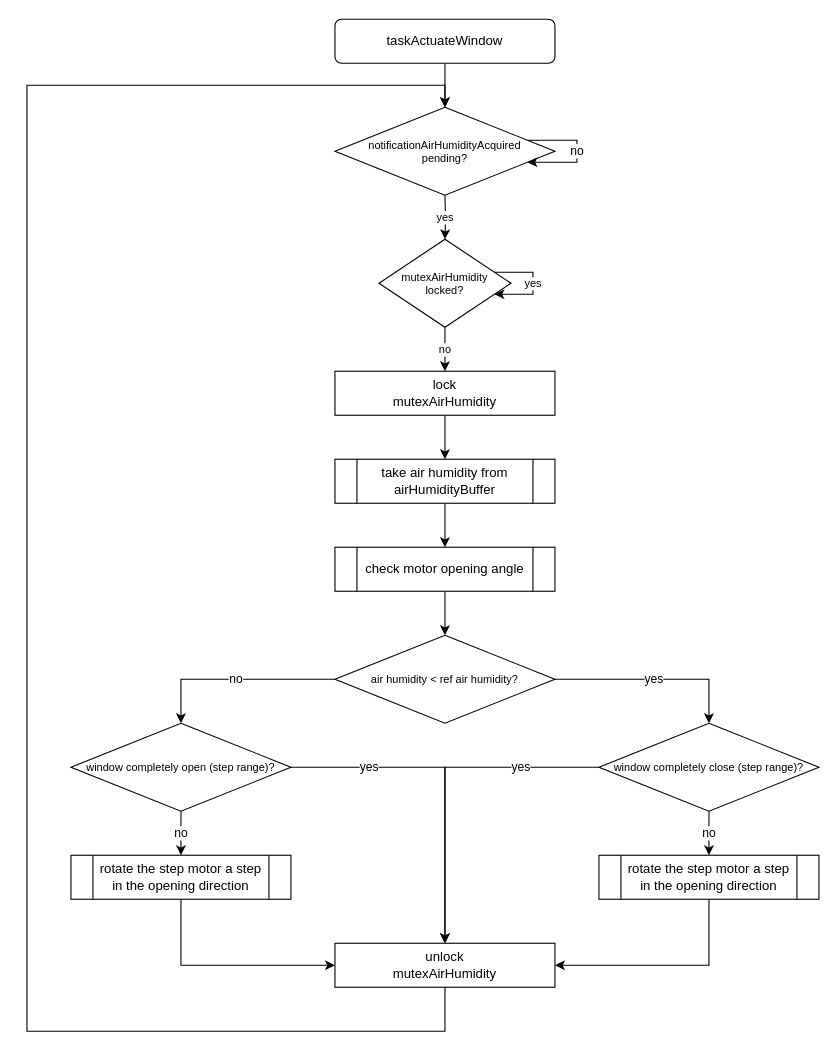
Above: Diagrams/taskActuateWindow.drawio in rafaelandrepedro/embebidos2122 (draw.io), before the change. Source tidied: cells renumbered, new cells numbered last; positions are measured from the earlier drawing's top-left corner, leaving out a move shared by most shapes. Both pictures are drawn from the tidied source at 110%, with x=0, y=0 at pixel (26, 19).
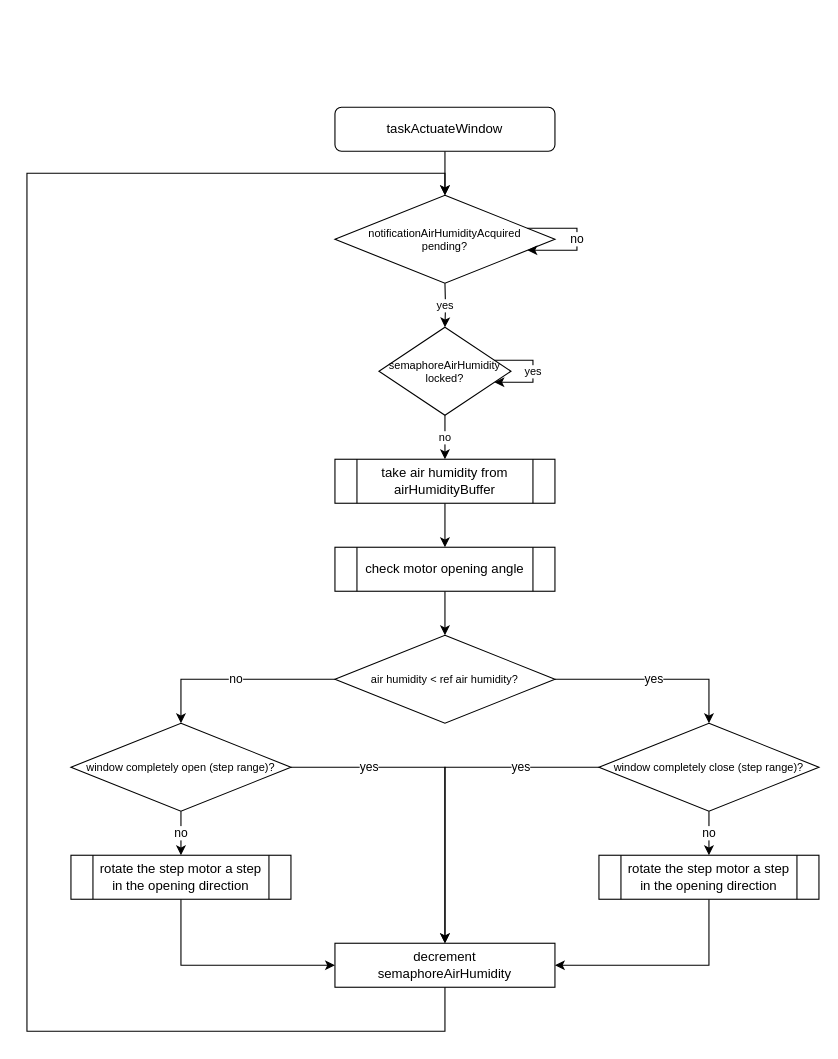
After the change.

Diff of the diagram source:
```diff
@@
     <mxCell id="2" style="edgeStyle=orthogonalEdgeStyle;rounded=0;jettySize=auto;html=1;fontSize=10;" parent="1" edge="1" source="3">
       <mxGeometry relative="1" as="geometry">
-        <mxPoint x="380" y="80" as="targetPoint" />
+        <mxPoint x="380" y="160" as="targetPoint" />
       </mxGeometry>
     </mxCell>
     <mxCell id="3" value="taskActuateWindow" style="rounded=1;whiteSpace=wrap;html=1;" parent="1" vertex="1">
-      <mxGeometry x="280" width="200" height="40" as="geometry" />
+      <mxGeometry x="280" y="80" width="200" height="40" as="geometry" />
     </mxCell>
     <mxCell id="4" value="yes" style="edgeStyle=orthogonalEdgeStyle;rounded=0;jettySize=auto;html=1;fontSize=10;" parent="1" edge="1" target="8">
       <mxGeometry relative="1" as="geometry">
-        <mxPoint x="380" y="160" as="sourcePoint" />
+        <mxPoint x="380" y="240" as="sourcePoint" />
       </mxGeometry>
     </mxCell>
-    <mxCell id="5" style="edgeStyle=orthogonalEdgeStyle;rounded=0;jettySize=auto;html=1;" parent="1" edge="1" source="6">
-      <mxGeometry relative="1" as="geometry">
-        <mxPoint x="380" y="400" as="targetPoint" />
-      </mxGeometry>
-    </mxCell>
-    <mxCell id="6" value="lock&lt;br&gt;mutexAirHumidity" style="rounded=0;whiteSpace=wrap;html=1;" parent="1" vertex="1">
-      <mxGeometry x="280" y="320" width="200" height="40" as="geometry" />
-    </mxCell>
-    <mxCell id="7" value="no" style="edgeStyle=orthogonalEdgeStyle;rounded=0;jettySize=auto;html=1;fontSize=10;" parent="1" edge="1" source="8" target="6">
-      <mxGeometry relative="1" as="geometry" />
+    <mxCell id="7" value="no" style="edgeStyle=orthogonalEdgeStyle;rounded=0;jettySize=auto;html=1;fontSize=10;" parent="1" edge="1" source="8">
+      <mxGeometry relative="1" as="geometry">
+        <mxPoint x="380" y="400" as="targetPoint" />
+      </mxGeometry>
     </mxCell>
-    <mxCell id="8" value="&lt;span style=&quot;font-size: 10px&quot;&gt;mutexAirHumidity&lt;br style=&quot;font-size: 10px&quot;&gt;locked?&lt;br style=&quot;font-size: 10px&quot;&gt;&lt;/span&gt;" style="rhombus;whiteSpace=wrap;html=1;fontSize=10;" parent="1" vertex="1">
-      <mxGeometry x="320" y="200" width="120" height="80" as="geometry" />
+    <mxCell id="8" value="semaphoreAirHumidity&lt;br style=&quot;font-size: 10px&quot;&gt;locked?" style="rhombus;whiteSpace=wrap;html=1;fontSize=10;" parent="1" vertex="1">
+      <mxGeometry x="320" y="280" width="120" height="80" as="geometry" />
     </mxCell>
-    <mxCell id="9" value="unlock&lt;br&gt;mutexAirHumidity" style="rounded=0;whiteSpace=wrap;html=1;" parent="1" vertex="1">
+    <mxCell id="9" value="decrement&lt;br&gt;semaphoreAirHumidity" style="rounded=0;whiteSpace=wrap;html=1;" parent="1" vertex="1">
       <mxGeometry x="280" y="840" width="200" height="40" as="geometry" />
     </mxCell>
     <mxCell id="10" style="edgeStyle=orthogonalEdgeStyle;rounded=0;jettySize=auto;html=1;entryX=0.5;entryY=0;entryDx=0;entryDy=0;fontSize=10;exitX=0.5;exitY=1;exitDx=0;exitDy=0;" parent="1" edge="1" source="9">
       <mxGeometry relative="1" as="geometry">
-        <mxPoint x="380" y="80" as="targetPoint" />
+        <mxPoint x="380" y="160" as="targetPoint" />
         <Array as="points">
           <mxPoint x="380" y="920" />
           <mxPoint y="920" />
-          <mxPoint y="60" />
-          <mxPoint x="380" y="60" />
+          <mxPoint y="140" />
+          <mxPoint x="380" y="140" />
         </Array>
       </mxGeometry>
     </mxCell>
@@
     <mxCell id="12" value="notificationAirHumidityAcquired&lt;br&gt;pending?" style="rhombus;whiteSpace=wrap;html=1;fontSize=10;" parent="1" vertex="1">
-      <mxGeometry x="280" y="80" width="200" height="80" as="geometry" />
+      <mxGeometry x="280" y="160" width="200" height="80" as="geometry" />
     </mxCell>
```
